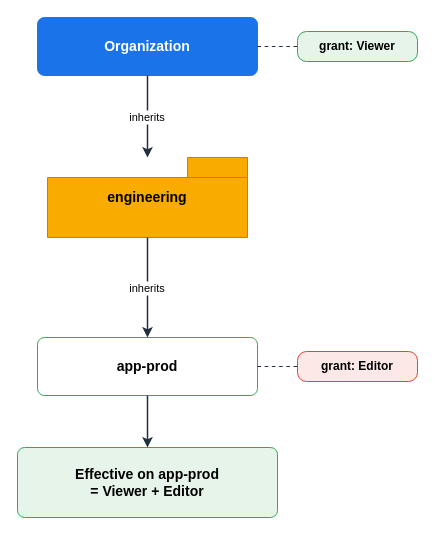
Above: assets/img/gcp/gcp-iam-inheritance.drawio in KKamJi98/kkamji98.github.io (draw.io), before the change. Source tidied: cells renumbered, new cells numbered last; positions are measured from the earlier drawing's top-left corner, leaving out a move shared by most shapes. Both pictures are drawn from the tidied source at 100%, with x=0, y=0 at pixel (17, 17).
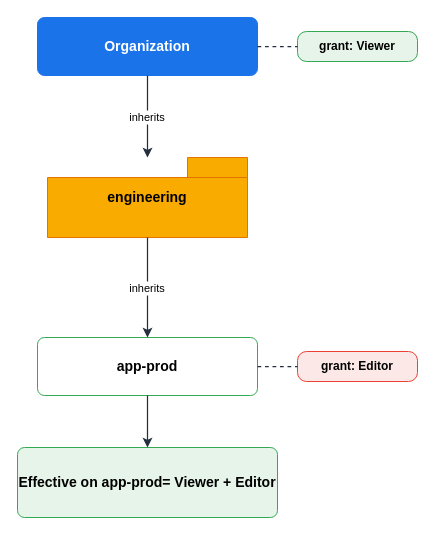
After the change.

The edit, as a diff of the source:
```diff
@@
 <mxGraphModel background="#FFFFFF">
   <root>
     <mxCell id="0" />
     <mxCell id="1" parent="0" />
-    <mxCell id="2" value="Organization" style="rounded=1;arcSize=12;whiteSpace=wrap;html=1;fillColor=#1A73E8;strokeColor=#1A73E8;fontColor=#FFFFFF;fontSize=14;fontStyle=1;verticalAlign=middle;align=center;" parent="1" vertex="1">
+    <mxCell id="2" value="Organization" style="rounded=1;arcSize=12;whiteSpace=wrap;html=0;fillColor=#1A73E8;strokeColor=#1A73E8;fontColor=#FFFFFF;fontSize=14;fontStyle=1;verticalAlign=middle;align=center;" parent="1" vertex="1">
       <mxGeometry x="20" width="220" height="58" as="geometry" />
     </mxCell>
-    <mxCell id="3" value="grant: Viewer" style="rounded=1;arcSize=30;whiteSpace=wrap;html=1;fillColor=#E6F4EA;strokeColor=#34A853;fontColor=#000000;fontSize=12;fontStyle=1;verticalAlign=middle;align=center;" parent="1" vertex="1">
+    <mxCell id="3" value="grant: Viewer" style="rounded=1;arcSize=30;whiteSpace=wrap;html=0;fillColor=#E6F4EA;strokeColor=#34A853;fontColor=#000000;fontSize=12;fontStyle=1;verticalAlign=middle;align=center;" parent="1" vertex="1">
       <mxGeometry x="280" y="14" width="120" height="30" as="geometry" />
     </mxCell>
-    <mxCell id="4" value="engineering" style="shape=folder;html=1;whiteSpace=wrap;fillColor=#F9AB00;strokeColor=#E37400;fontColor=#000000;fontSize=14;fontStyle=1;verticalAlign=middle;align=center;" parent="1" vertex="1">
+    <mxCell id="4" value="engineering" style="shape=folder;html=0;whiteSpace=wrap;fillColor=#F9AB00;strokeColor=#E37400;fontColor=#000000;fontSize=14;fontStyle=1;verticalAlign=middle;align=center;" parent="1" vertex="1">
       <mxGeometry x="30" y="140" width="200" height="80" as="geometry" />
     </mxCell>
-    <mxCell id="5" value="app-prod" style="rounded=1;arcSize=12;whiteSpace=wrap;html=1;fillColor=#FFFFFF;strokeColor=#34A853;fontColor=#000000;fontSize=14;fontStyle=1;verticalAlign=middle;align=center;" parent="1" vertex="1">
+    <mxCell id="5" value="app-prod" style="rounded=1;arcSize=12;whiteSpace=wrap;html=0;fillColor=#FFFFFF;strokeColor=#34A853;fontColor=#000000;fontSize=14;fontStyle=1;verticalAlign=middle;align=center;" parent="1" vertex="1">
       <mxGeometry x="20" y="320" width="220" height="58" as="geometry" />
     </mxCell>
-    <mxCell id="6" value="grant: Editor" style="rounded=1;arcSize=30;whiteSpace=wrap;html=1;fillColor=#FCE8E6;strokeColor=#EA4335;fontColor=#000000;fontSize=12;fontStyle=1;verticalAlign=middle;align=center;" parent="1" vertex="1">
+    <mxCell id="6" value="grant: Editor" style="rounded=1;arcSize=30;whiteSpace=wrap;html=0;fillColor=#FCE8E6;strokeColor=#EA4335;fontColor=#000000;fontSize=12;fontStyle=1;verticalAlign=middle;align=center;" parent="1" vertex="1">
       <mxGeometry x="280" y="334" width="120" height="30" as="geometry" />
     </mxCell>
-    <mxCell id="7" value="Effective on app-prod&lt;br&gt;= Viewer + Editor" style="rounded=1;arcSize=10;whiteSpace=wrap;html=1;fillColor=#E6F4EA;strokeColor=#34A853;fontColor=#000000;fontSize=14;fontStyle=1;verticalAlign=middle;align=center;" parent="1" vertex="1">
+    <mxCell id="7" value="Effective on app-prod= Viewer + Editor" style="rounded=1;arcSize=10;whiteSpace=wrap;html=0;fillColor=#E6F4EA;strokeColor=#34A853;fontColor=#000000;fontSize=14;fontStyle=1;verticalAlign=middle;align=center;" parent="1" vertex="1">
       <mxGeometry y="430" width="260" height="70" as="geometry" />
     </mxCell>
-    <mxCell id="8" style="edgeStyle=orthogonalEdgeStyle;html=1;rounded=0;strokeColor=#232F3E;strokeWidth=1.2;fontColor=#000000;endArrow=none;dashed=1;exitX=1;exitY=0.5;exitDx=0;exitDy=0;entryX=0;entryY=0.5;entryDx=0;entryDy=0;" parent="1" edge="1" source="2" target="3">
+    <mxCell id="8" style="edgeStyle=orthogonalEdgeStyle;html=0;rounded=0;strokeColor=#232F3E;strokeWidth=1.25;fontColor=#000000;endArrow=none;dashed=1;exitX=1;exitY=0.5;exitDx=0;exitDy=0;entryX=0;entryY=0.5;entryDx=0;entryDy=0;" parent="1" edge="1" source="2" target="3">
       <mxGeometry relative="1" as="geometry" />
     </mxCell>
-    <mxCell id="9" style="edgeStyle=orthogonalEdgeStyle;html=1;rounded=0;strokeColor=#232F3E;strokeWidth=1.2;fontColor=#000000;endArrow=none;dashed=1;exitX=1;exitY=0.5;exitDx=0;exitDy=0;entryX=0;entryY=0.5;entryDx=0;entryDy=0;" parent="1" edge="1" source="5" target="6">
+    <mxCell id="9" style="edgeStyle=orthogonalEdgeStyle;html=0;rounded=0;strokeColor=#232F3E;strokeWidth=1.25;fontColor=#000000;endArrow=none;dashed=1;exitX=1;exitY=0.5;exitDx=0;exitDy=0;entryX=0;entryY=0.5;entryDx=0;entryDy=0;" parent="1" edge="1" source="5" target="6">
       <mxGeometry relative="1" as="geometry" />
     </mxCell>
-    <mxCell id="10" value="inherits" style="edgeStyle=orthogonalEdgeStyle;html=0;rounded=0;strokeColor=#232F3E;strokeWidth=1.5;fontColor=#000000;labelBackgroundColor=#FFFFFF;endArrow=classic;exitX=0.5;exitY=1;exitDx=0;exitDy=0;entryX=0.5;entryY=0;entryDx=0;entryDy=0;" parent="1" edge="1" source="2" target="4">
+    <mxCell id="10" value="inherits" style="edgeStyle=orthogonalEdgeStyle;html=0;rounded=0;strokeColor=#232F3E;strokeWidth=1.25;fontColor=#000000;labelBackgroundColor=#FFFFFF;endArrow=classic;exitX=0.5;exitY=1;exitDx=0;exitDy=0;entryX=0.5;entryY=0;entryDx=0;entryDy=0;" parent="1" edge="1" source="2" target="4">
       <mxGeometry relative="1" as="geometry" />
     </mxCell>
-    <mxCell id="11" value="inherits" style="edgeStyle=orthogonalEdgeStyle;html=0;rounded=0;strokeColor=#232F3E;strokeWidth=1.5;fontColor=#000000;labelBackgroundColor=#FFFFFF;endArrow=classic;exitX=0.5;exitY=1;exitDx=0;exitDy=0;entryX=0.5;entryY=0;entryDx=0;entryDy=0;" parent="1" edge="1" source="4" target="5">
+    <mxCell id="11" value="inherits" style="edgeStyle=orthogonalEdgeStyle;html=0;rounded=0;strokeColor=#232F3E;strokeWidth=1.25;fontColor=#000000;labelBackgroundColor=#FFFFFF;endArrow=classic;exitX=0.5;exitY=1;exitDx=0;exitDy=0;entryX=0.5;entryY=0;entryDx=0;entryDy=0;" parent="1" edge="1" source="4" target="5">
       <mxGeometry relative="1" as="geometry" />
     </mxCell>
-    <mxCell id="12" style="edgeStyle=orthogonalEdgeStyle;html=1;rounded=0;strokeColor=#232F3E;strokeWidth=1.5;fontColor=#000000;endArrow=classic;exitX=0.5;exitY=1;exitDx=0;exitDy=0;entryX=0.5;entryY=0;entryDx=0;entryDy=0;" parent="1" edge="1" source="5" target="7">
+    <mxCell id="12" style="edgeStyle=orthogonalEdgeStyle;html=0;rounded=0;strokeColor=#232F3E;strokeWidth=1.25;fontColor=#000000;endArrow=classic;exitX=0.5;exitY=1;exitDx=0;exitDy=0;entryX=0.5;entryY=0;entryDx=0;entryDy=0;" parent="1" edge="1" source="5" target="7">
       <mxGeometry relative="1" as="geometry" />
     </mxCell>
   </root>
 </mxGraphModel>
```
